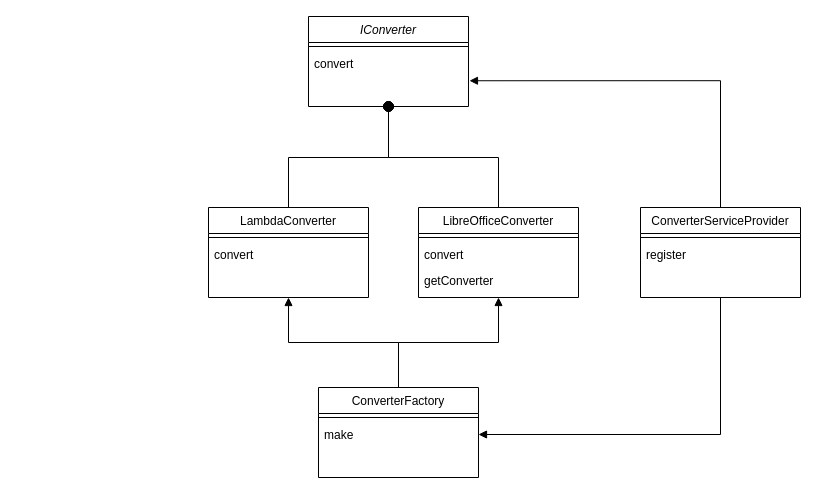
Earlier version of the draw.io diagram Converter.drawio (andresvgml/draw.io). Source tidied: cells renumbered, new cells numbered last; positions are measured from the earlier drawing's top-left corner, leaving out a move shared by most shapes. Both pictures are drawn from the tidied source at 100%, with x=0, y=0 at pixel (208, 16).
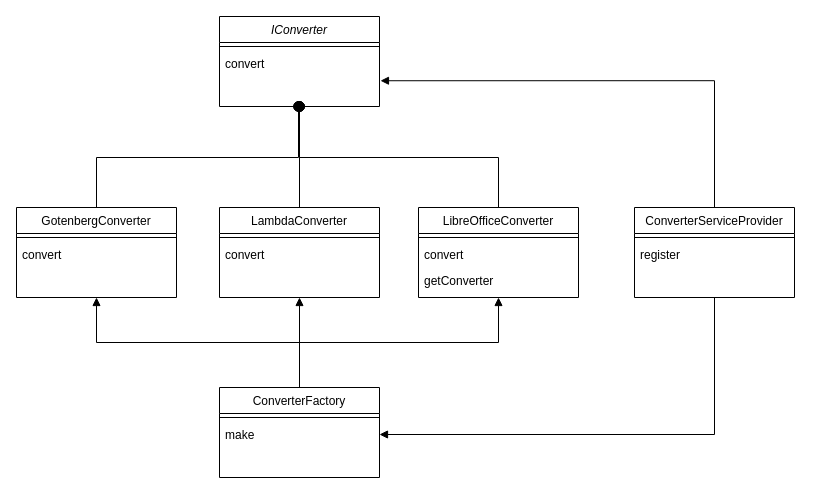
After the change.

Unchanged cells that the change refers to:
```xml
<mxCell id="9" value="LibreOfficeConverter" style="swimlane;fontStyle=0;align=center;verticalAlign=top;horizontal=1;startSize=26;rounded=0;shadow=0;strokeWidth=1;" parent="1" vertex="1">
  <mxGeometry x="210" y="191" width="160" height="90" as="geometry" />
</mxCell>
```

What changed in the source:
```diff
@@
     <mxCell id="2" value="IConverter" style="swimlane;fontStyle=2;align=center;verticalAlign=top;horizontal=1;startSize=26;rounded=0;shadow=0;strokeWidth=1;" parent="1" vertex="1">
-      <mxGeometry x="100" width="160" height="90" as="geometry" />
+      <mxGeometry x="11" width="160" height="90" as="geometry" />
     </mxCell>
@@
     <mxCell id="5" value="LambdaConverter" style="swimlane;fontStyle=0;align=center;verticalAlign=top;horizontal=1;startSize=26;rounded=0;shadow=0;strokeWidth=1;" parent="1" vertex="1">
-      <mxGeometry y="191" width="160" height="90" as="geometry" />
+      <mxGeometry x="11" y="191" width="160" height="90" as="geometry" />
     </mxCell>
@@
-    <mxCell id="15" style="edgeStyle=orthogonalEdgeStyle;rounded=0;jettySize=auto;html=1;entryX=0.5;entryY=1;entryDx=0;entryDy=0;endArrow=block;endFill=1;" parent="1" edge="1" source="16" target="9">
+    <mxCell id="15" style="edgeStyle=orthogonalEdgeStyle;rounded=0;jettySize=auto;html=1;entryX=0.5;entryY=1;entryDx=0;entryDy=0;endArrow=block;endFill=1;exitX=0.5;exitY=0;exitDx=0;exitDy=0;" parent="1" edge="1" source="16" target="9">
       <mxGeometry relative="1" as="geometry" />
     </mxCell>
     <mxCell id="16" value="ConverterFactory" style="swimlane;fontStyle=0;align=center;verticalAlign=top;horizontal=1;startSize=26;rounded=0;shadow=0;strokeWidth=1;" parent="1" vertex="1">
-      <mxGeometry x="110" y="371" width="160" height="90" as="geometry" />
+      <mxGeometry x="11" y="371" width="160" height="90" as="geometry" />
     </mxCell>
@@
     <mxCell id="21" value="ConverterServiceProvider" style="swimlane;fontStyle=0;align=center;verticalAlign=top;horizontal=1;startSize=26;rounded=0;shadow=0;strokeWidth=1;" parent="1" vertex="1">
-      <mxGeometry x="432" y="191" width="160" height="90" as="geometry" />
+      <mxGeometry x="426" y="191" width="160" height="90" as="geometry" />
     </mxCell>
@@
+    <mxCell id="24" value="GotenbergConverter" style="swimlane;fontStyle=0;align=center;verticalAlign=top;horizontal=1;startSize=26;rounded=0;shadow=0;strokeWidth=1;" parent="1" vertex="1">
+      <mxGeometry x="-192" y="191" width="160" height="90" as="geometry" />
+    </mxCell>
+    <mxCell id="25" style="line;html=1;strokeWidth=1;align=left;verticalAlign=middle;spacingTop=-1;spacingLeft=3;spacingRight=3;labelPosition=right;" parent="24" vertex="1">
+      <mxGeometry y="26" width="160" height="8" as="geometry" />
+    </mxCell>
+    <mxCell id="26" value="convert" style="text;align=left;verticalAlign=top;spacingLeft=4;spacingRight=4;overflow=hidden;" parent="24" vertex="1">
+      <mxGeometry y="34" width="160" height="26" as="geometry" />
+    </mxCell>
+    <mxCell id="27" style="endArrow=oval;endSize=10;endFill=1;shadow=0;strokeWidth=1;rounded=0;edgeStyle=elbowEdgeStyle;elbow=vertical;" parent="1" edge="1" source="24">
+      <mxGeometry relative="1" as="geometry">
+        <mxPoint x="90" y="90" as="targetPoint" />
+      </mxGeometry>
+    </mxCell>
+    <mxCell id="28" style="edgeStyle=orthogonalEdgeStyle;rounded=0;jettySize=auto;html=1;entryX=0.5;entryY=1;entryDx=0;entryDy=0;endArrow=block;endFill=1;exitX=0.5;exitY=0;exitDx=0;exitDy=0;" parent="1" edge="1" source="16" target="24">
+      <mxGeometry relative="1" as="geometry" />
+    </mxCell>
```
